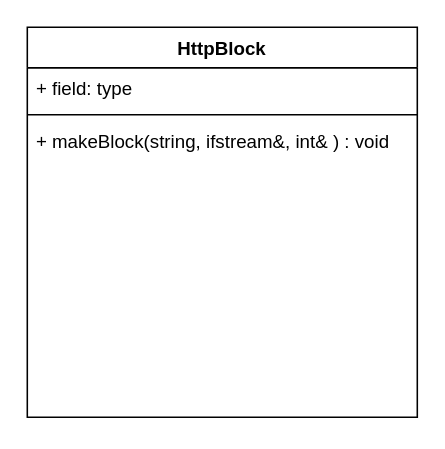
Above: webserv.drawio in Hawardshin/Webserve (draw.io), before the change. Source tidied: cells renumbered, new cells numbered last; positions are measured from the earlier drawing's top-left corner, leaving out a move shared by most shapes. Both pictures are drawn from the tidied source at 156%, with x=0, y=0 at pixel (27, 27).
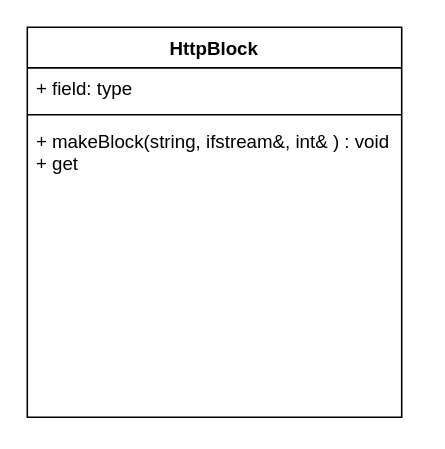
Above is the later version.

Change to the diagram source:
```diff
@@
 <mxGraphModel>
   <root>
     <mxCell id="0" />
     <mxCell id="1" parent="0" />
     <mxCell id="2" value="HttpBlock" style="swimlane;fontStyle=1;align=center;verticalAlign=top;horizontal=1;startSize=26;whiteSpace=wrap;html=1;" parent="1" vertex="1">
-      <mxGeometry width="250" height="250" as="geometry" />
+      <mxGeometry width="240" height="250" as="geometry" />
     </mxCell>
     <mxCell id="3" value="+ field: type" style="text;strokeColor=none;fillColor=none;align=left;verticalAlign=top;spacingLeft=4;spacingRight=4;overflow=hidden;whiteSpace=wrap;html=1;" parent="2" vertex="1">
-      <mxGeometry y="26" width="250" height="26" as="geometry" />
+      <mxGeometry y="26" width="240" height="26" as="geometry" />
     </mxCell>
     <mxCell id="4" style="line;strokeWidth=1;fillColor=none;align=left;verticalAlign=middle;spacingTop=-1;spacingLeft=3;spacingRight=3;labelPosition=right;strokeColor=inherit;" parent="2" vertex="1">
-      <mxGeometry y="52" width="250" height="8" as="geometry" />
+      <mxGeometry y="52" width="240" height="8" as="geometry" />
     </mxCell>
-    <mxCell id="5" value="+ makeBlock(string, ifstream&amp;amp;, int&amp;amp; ) :&amp;nbsp;&lt;span style=&quot;font-size: 12px;&quot;&gt;&lt;/span&gt;void" style="text;strokeColor=none;fillColor=none;align=left;verticalAlign=top;spacingLeft=4;spacingRight=4;overflow=hidden;whiteSpace=wrap;html=1;" parent="2" vertex="1">
-      <mxGeometry y="60" width="250" height="190" as="geometry" />
+    <mxCell id="5" value="+ makeBlock(string, ifstream&amp;amp;, int&amp;amp; ) :&amp;nbsp;&lt;span style=&quot;font-size: 12px;&quot;&gt;&lt;/span&gt;void&lt;br&gt;+ get" style="text;strokeColor=none;fillColor=none;align=left;verticalAlign=top;spacingLeft=4;spacingRight=4;overflow=hidden;whiteSpace=wrap;html=1;" parent="2" vertex="1">
+      <mxGeometry y="60" width="240" height="190" as="geometry" />
     </mxCell>
   </root>
 </mxGraphModel>
```
